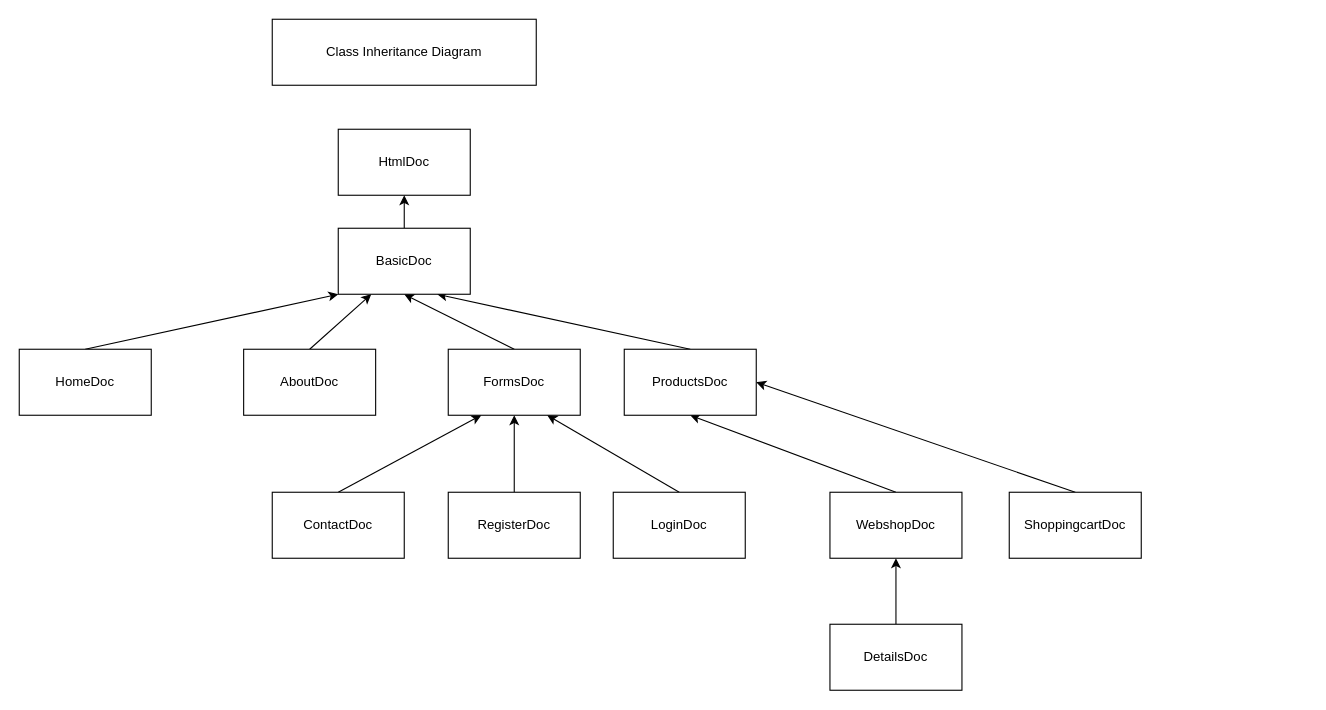
This is Diagrams/class_inheritance_diagram.drawio from KevinSlieker/educom-webshop-oop, a draw.io file, before an edit. Source tidied: cells renumbered, new cells numbered last; positions are measured from the earlier drawing's top-left corner, leaving out a move shared by most shapes. Both pictures are drawn from the tidied source at 110%, with x=0, y=0 at pixel (19, 19).
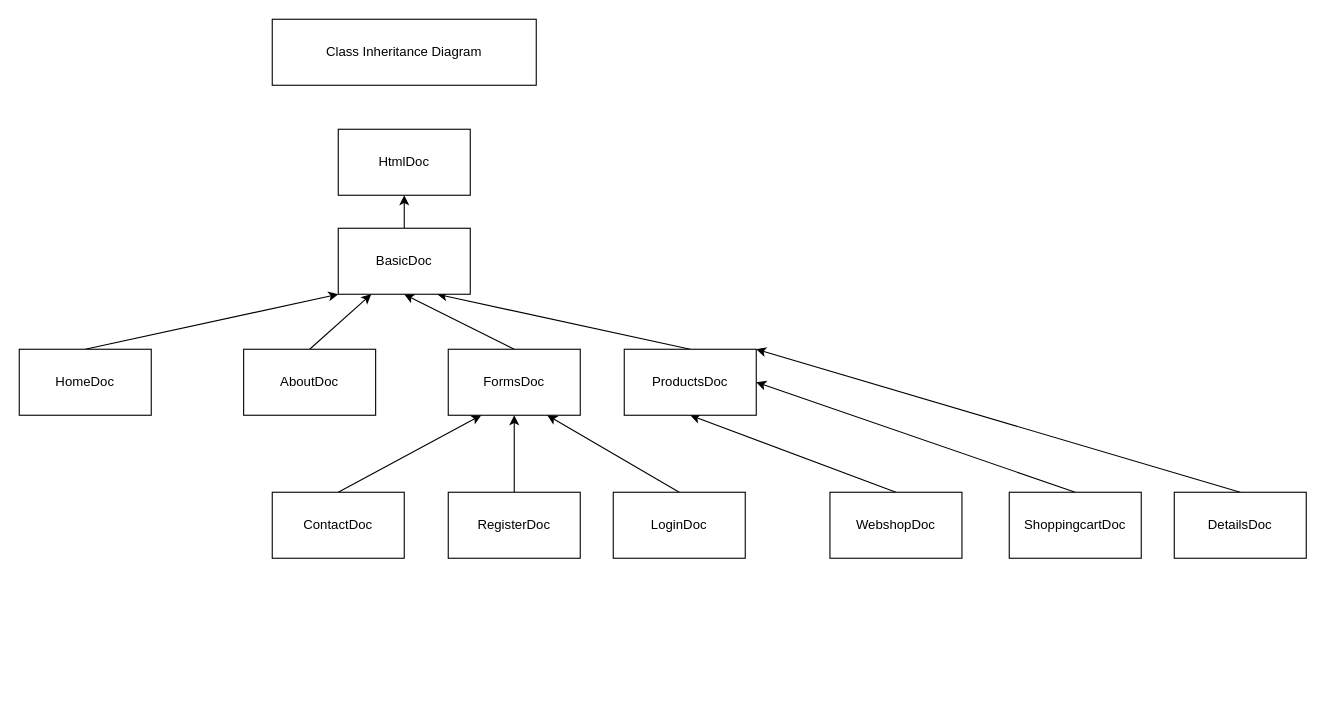
The same page after the edit.

Unchanged cells that the change refers to:
```xml
<mxCell id="9" value="WebshopDoc" style="rounded=0;whiteSpace=wrap;html=1;" parent="1" vertex="1">
  <mxGeometry x="737" y="430" width="120" height="60" as="geometry" />
</mxCell>
<mxCell id="17" value="ProductsDoc" style="rounded=0;whiteSpace=wrap;html=1;" parent="1" vertex="1">
  <mxGeometry x="550" y="300" width="120" height="60" as="geometry" />
</mxCell>
```

Diff of the diagram source:
```diff
@@
-    <mxCell id="6" style="edgeStyle=none;html=1;exitX=0.5;exitY=0;exitDx=0;exitDy=0;entryX=0.5;entryY=1;entryDx=0;entryDy=0;" parent="1" edge="1" source="7" target="9">
-      <mxGeometry relative="1" as="geometry" />
-    </mxCell>
+    <mxCell id="26" style="edgeStyle=none;html=1;exitX=0.5;exitY=0;exitDx=0;exitDy=0;entryX=1;entryY=0;entryDx=0;entryDy=0;" parent="1" edge="1" source="7" target="17">
+      <mxGeometry relative="1" as="geometry" />
+    </mxCell>
     <mxCell id="7" value="DetailsDoc" style="rounded=0;whiteSpace=wrap;html=1;" parent="1" vertex="1">
-      <mxGeometry x="737" y="550" width="120" height="60" as="geometry" />
+      <mxGeometry x="1050" y="430" width="120" height="60" as="geometry" />
     </mxCell>
```
